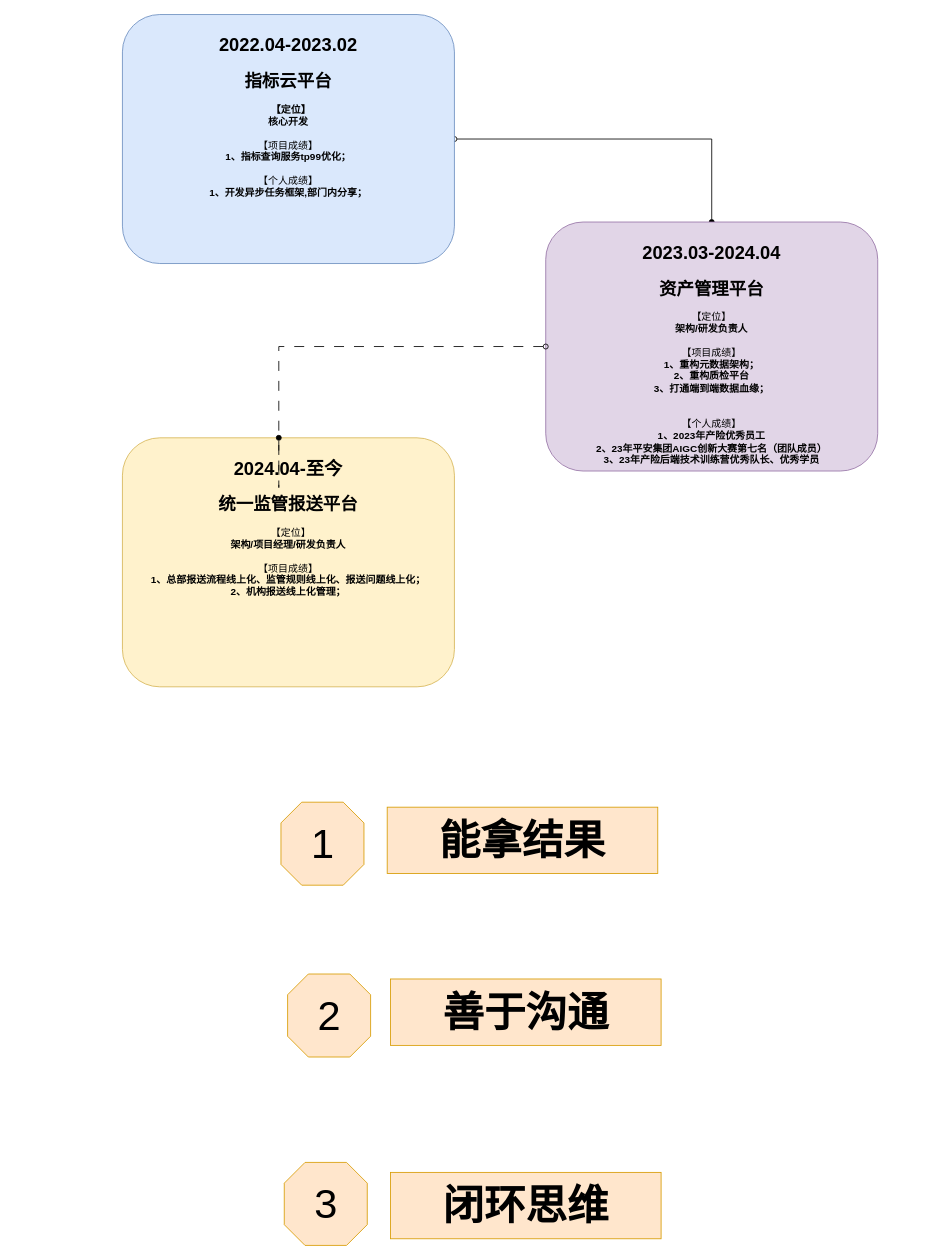
The draw.io diagram page "能力优势" (2 of 3) of 个人材料.drawio in n-i-n-g-e-n/drawio, before the edit. Source tidied: cells renumbered, new cells numbered last; positions are measured from the earlier drawing's top-left corner, leaving out a move shared by most shapes. Both pictures are drawn from the tidied source at 83%, with x=0, y=0 at pixel (122, 14).
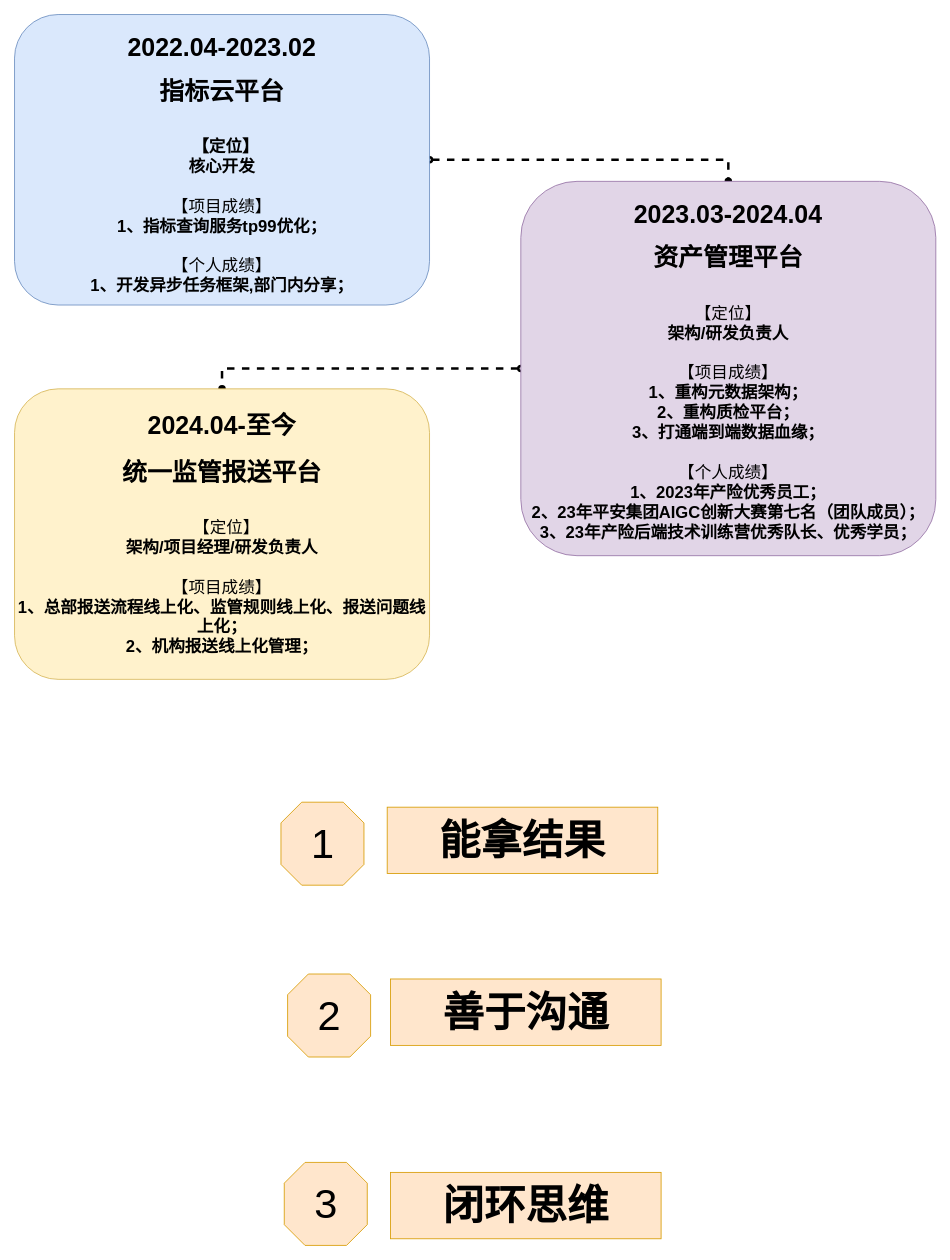
Above is the later version.

Commit message:
更新个人材料.drawio

The edit, as a diff of the source:
```diff
@@
 <mxGraphModel>
   <root>
     <mxCell id="0" />
     <mxCell id="1" parent="0" />
-    <mxCell id="2" style="edgeStyle=orthogonalEdgeStyle;rounded=0;jettySize=auto;html=1;exitX=1;exitY=0.5;exitDx=0;exitDy=0;entryX=0.5;entryY=0;entryDx=0;entryDy=0;startArrow=oval;startFill=0;endArrow=oval;endFill=1;" parent="1" edge="1" source="3" target="5">
+    <mxCell id="2" style="edgeStyle=orthogonalEdgeStyle;rounded=0;jettySize=auto;html=1;exitX=1;exitY=0.5;exitDx=0;exitDy=0;entryX=0.5;entryY=0;entryDx=0;entryDy=0;dashed=1;startArrow=oval;startFill=0;endArrow=oval;endFill=1;strokeWidth=3;" parent="1" edge="1" source="3" target="5">
       <mxGeometry relative="1" as="geometry" />
     </mxCell>
-    <mxCell id="3" value="&lt;h1&gt;&lt;font style=&quot;font-size: 22px;&quot;&gt;2022.04-2023.02&lt;/font&gt;&lt;/h1&gt;&lt;div&gt;&lt;span style=&quot;font-size: 21px;&quot;&gt;&lt;b&gt;指标云平台&lt;/b&gt;&lt;/span&gt;&lt;/div&gt;&lt;div&gt;&lt;br&gt;&lt;/div&gt;&lt;div&gt;&lt;b&gt;&amp;nbsp;&amp;nbsp;【定位】&lt;/b&gt;&lt;/div&gt;&lt;div&gt;&lt;b style=&quot;background-color: initial;&quot;&gt;核心开发&lt;/b&gt;&lt;/div&gt;&lt;div&gt;&lt;b style=&quot;background-color: initial;&quot;&gt;&lt;br&gt;&lt;/b&gt;&lt;/div&gt;&lt;div&gt;&lt;span style=&quot;background-color: initial;&quot;&gt;【项目成绩&lt;/span&gt;&lt;span style=&quot;background-color: initial;&quot;&gt;】&lt;/span&gt;&lt;br&gt;&lt;/div&gt;&lt;div&gt;&lt;b style=&quot;background-color: initial;&quot;&gt;1、指标查询服务tp99优化；&lt;/b&gt;&lt;/div&gt;&lt;div&gt;&lt;b style=&quot;background-color: initial;&quot;&gt;&lt;br&gt;&lt;/b&gt;&lt;/div&gt;&lt;div&gt;【个人成绩】&lt;/div&gt;&lt;div&gt;&lt;div&gt;&lt;b&gt;1、开发异步任务框架,部门内分享；&lt;/b&gt;&lt;/div&gt;&lt;/div&gt;&lt;div&gt;&lt;b&gt;&lt;br&gt;&lt;/b&gt;&lt;/div&gt;&lt;div&gt;&lt;b&gt;&lt;br&gt;&lt;/b&gt;&lt;/div&gt;" style="rounded=1;whiteSpace=wrap;html=1;horizontal=1;verticalAlign=top;fillColor=#dae8fc;strokeColor=#6c8ebf;" parent="1" vertex="1">
-      <mxGeometry width="400" height="300" as="geometry" />
+    <mxCell id="3" value="&lt;h1&gt;&lt;font style=&quot;font-size: 30px;&quot;&gt;2022.04-2023.02&lt;/font&gt;&lt;/h1&gt;&lt;div style=&quot;font-size: 30px;&quot;&gt;&lt;b style=&quot;&quot;&gt;&lt;font style=&quot;font-size: 30px;&quot;&gt;指标云平台&lt;/font&gt;&lt;/b&gt;&lt;/div&gt;&lt;div style=&quot;font-size: 30px;&quot;&gt;&lt;br&gt;&lt;/div&gt;&lt;div style=&quot;font-size: 20px;&quot;&gt;&lt;b style=&quot;&quot;&gt;&lt;span style=&quot;font-size: 13px;&quot;&gt;&amp;nbsp;&lt;/span&gt;&lt;font style=&quot;font-size: 20px;&quot;&gt;&amp;nbsp;【定位】&lt;/font&gt;&lt;/b&gt;&lt;/div&gt;&lt;div style=&quot;font-size: 20px;&quot;&gt;&lt;b style=&quot;background-color: initial;&quot;&gt;&lt;font style=&quot;font-size: 20px;&quot;&gt;核心开发&lt;/font&gt;&lt;/b&gt;&lt;/div&gt;&lt;div style=&quot;font-size: 20px;&quot;&gt;&lt;b style=&quot;background-color: initial;&quot;&gt;&lt;font style=&quot;font-size: 20px;&quot;&gt;&lt;br&gt;&lt;/font&gt;&lt;/b&gt;&lt;/div&gt;&lt;div style=&quot;font-size: 20px;&quot;&gt;&lt;font style=&quot;font-size: 20px;&quot;&gt;&lt;span style=&quot;background-color: initial;&quot;&gt;【项目成绩&lt;/span&gt;&lt;span style=&quot;background-color: initial;&quot;&gt;】&lt;/span&gt;&lt;br&gt;&lt;/font&gt;&lt;/div&gt;&lt;div style=&quot;font-size: 20px;&quot;&gt;&lt;b style=&quot;background-color: initial;&quot;&gt;&lt;font style=&quot;font-size: 20px;&quot;&gt;1、指标查询服务tp99优化；&lt;/font&gt;&lt;/b&gt;&lt;/div&gt;&lt;div style=&quot;font-size: 20px;&quot;&gt;&lt;b style=&quot;background-color: initial;&quot;&gt;&lt;font style=&quot;font-size: 20px;&quot;&gt;&lt;br&gt;&lt;/font&gt;&lt;/b&gt;&lt;/div&gt;&lt;div style=&quot;font-size: 20px;&quot;&gt;&lt;font style=&quot;font-size: 20px;&quot;&gt;【个人成绩】&lt;/font&gt;&lt;/div&gt;&lt;div style=&quot;font-size: 20px;&quot;&gt;&lt;div&gt;&lt;b&gt;&lt;font style=&quot;font-size: 20px;&quot;&gt;1、开发异步任务框架,部门内分享；&lt;/font&gt;&lt;/b&gt;&lt;/div&gt;&lt;/div&gt;&lt;div style=&quot;font-size: 20px;&quot;&gt;&lt;b&gt;&lt;br&gt;&lt;/b&gt;&lt;/div&gt;&lt;div&gt;&lt;b&gt;&lt;br&gt;&lt;/b&gt;&lt;/div&gt;" style="rounded=1;whiteSpace=wrap;html=1;horizontal=1;verticalAlign=top;fillColor=#dae8fc;strokeColor=#6c8ebf;" parent="1" vertex="1">
+      <mxGeometry x="-130" width="500" height="350" as="geometry" />
     </mxCell>
     <mxCell id="4" value="善于沟通" style="text;html=1;align=center;verticalAlign=middle;whiteSpace=wrap;rounded=0;fontStyle=1;fontSize=50;fillColor=#ffe6cc;strokeColor=#d79b00;" parent="1" vertex="1">
       <mxGeometry x="323" y="1162" width="326" height="80" as="geometry" />
     </mxCell>
+    <mxCell id="7" style="edgeStyle=orthogonalEdgeStyle;rounded=0;jettySize=auto;html=1;exitX=0;exitY=0.5;exitDx=0;exitDy=0;entryX=0.5;entryY=0;entryDx=0;entryDy=0;dashed=1;startArrow=oval;startFill=0;endArrow=oval;endFill=1;strokeWidth=3;" parent="1" edge="1" source="5" target="6">
+      <mxGeometry relative="1" as="geometry" />
+    </mxCell>
-    <mxCell id="5" value="&lt;h1&gt;&lt;font style=&quot;font-size: 22px;&quot;&gt;2023.03-2024.04&lt;/font&gt;&lt;/h1&gt;&lt;div&gt;&lt;span style=&quot;font-size: 21px;&quot;&gt;&lt;b&gt;资产管理平台&lt;/b&gt;&lt;/span&gt;&lt;/div&gt;&lt;div&gt;&lt;b style=&quot;background-color: initial;&quot;&gt;&lt;br&gt;&lt;/b&gt;&lt;/div&gt;&lt;div&gt;&lt;span style=&quot;background-color: initial;&quot;&gt;【定位】&lt;/span&gt;&lt;br&gt;&lt;/div&gt;&lt;div&gt;&lt;b&gt;架构/研发负责人&lt;/b&gt;&lt;/div&gt;&lt;div&gt;&lt;br&gt;&lt;/div&gt;&lt;div&gt;【项目成绩】&lt;/div&gt;&lt;div&gt;&lt;b&gt;1、重构元数据架构；&lt;/b&gt;&lt;/div&gt;&lt;div&gt;&lt;b&gt;2、重构质检平台&lt;/b&gt;&lt;/div&gt;&lt;div&gt;&lt;b&gt;3、打通端到端数据血缘；&lt;/b&gt;&lt;/div&gt;&lt;div&gt;&lt;b&gt;&lt;br&gt;&lt;/b&gt;&lt;/div&gt;&lt;div&gt;&lt;b&gt;&lt;br&gt;&lt;/b&gt;&lt;/div&gt;&lt;div&gt;【个人成绩】&lt;/div&gt;&lt;div&gt;&lt;b&gt;1、2023年产险优秀员工&lt;/b&gt;&lt;/div&gt;&lt;div&gt;&lt;b&gt;2、23年平安集团AIGC创新大赛第七名（团队成员）&lt;/b&gt;&lt;/div&gt;&lt;div&gt;&lt;b&gt;3、23年产险后端技术训练营优秀队长、优秀学员&lt;/b&gt;&lt;/div&gt;" style="rounded=1;whiteSpace=wrap;html=1;horizontal=1;verticalAlign=top;fillColor=#e1d5e7;strokeColor=#9673a6;" parent="1" vertex="1">
-      <mxGeometry x="510" y="250" width="400" height="300" as="geometry" />
+    <mxCell id="5" value="&lt;h1&gt;&lt;font style=&quot;font-size: 30px;&quot;&gt;2023.03-2024.04&lt;/font&gt;&lt;/h1&gt;&lt;div style=&quot;font-size: 30px;&quot;&gt;&lt;b style=&quot;&quot;&gt;&lt;font style=&quot;font-size: 30px;&quot;&gt;资产管理平台&lt;/font&gt;&lt;/b&gt;&lt;/div&gt;&lt;div style=&quot;font-size: 30px;&quot;&gt;&lt;b style=&quot;background-color: initial;&quot;&gt;&lt;br&gt;&lt;/b&gt;&lt;/div&gt;&lt;div style=&quot;font-size: 20px;&quot;&gt;&lt;font style=&quot;font-size: 20px;&quot;&gt;&lt;span style=&quot;background-color: initial;&quot;&gt;【定位】&lt;/span&gt;&lt;br&gt;&lt;/font&gt;&lt;/div&gt;&lt;div style=&quot;font-size: 20px;&quot;&gt;&lt;b&gt;&lt;font style=&quot;font-size: 20px;&quot;&gt;架构/研发负责人&lt;/font&gt;&lt;/b&gt;&lt;/div&gt;&lt;div style=&quot;font-size: 20px;&quot;&gt;&lt;font style=&quot;font-size: 20px;&quot;&gt;&lt;br&gt;&lt;/font&gt;&lt;/div&gt;&lt;div style=&quot;font-size: 20px;&quot;&gt;&lt;font style=&quot;font-size: 20px;&quot;&gt;【项目成绩】&lt;/font&gt;&lt;/div&gt;&lt;div style=&quot;font-size: 20px;&quot;&gt;&lt;b&gt;&lt;font style=&quot;font-size: 20px;&quot;&gt;1、重构元数据架构；&lt;/font&gt;&lt;/b&gt;&lt;/div&gt;&lt;div style=&quot;font-size: 20px;&quot;&gt;&lt;b&gt;&lt;font style=&quot;font-size: 20px;&quot;&gt;2、重构质检平台；&lt;/font&gt;&lt;/b&gt;&lt;/div&gt;&lt;div style=&quot;font-size: 20px;&quot;&gt;&lt;b&gt;&lt;font style=&quot;font-size: 20px;&quot;&gt;3、打通端到端数据血缘；&lt;/font&gt;&lt;/b&gt;&lt;/div&gt;&lt;div style=&quot;font-size: 20px;&quot;&gt;&lt;b&gt;&lt;font style=&quot;font-size: 20px;&quot;&gt;&lt;br&gt;&lt;/font&gt;&lt;/b&gt;&lt;/div&gt;&lt;div style=&quot;font-size: 20px;&quot;&gt;&lt;span style=&quot;background-color: initial;&quot;&gt;【个人成绩】&lt;/span&gt;&lt;br&gt;&lt;/div&gt;&lt;div style=&quot;font-size: 20px;&quot;&gt;&lt;b&gt;&lt;font style=&quot;font-size: 20px;&quot;&gt;1、2023年产险优秀员工；&lt;/font&gt;&lt;/b&gt;&lt;/div&gt;&lt;div style=&quot;font-size: 20px;&quot;&gt;&lt;b&gt;&lt;font style=&quot;font-size: 20px;&quot;&gt;2、23年平安集团AIGC创新大赛第七名（团队成员）；&lt;/font&gt;&lt;/b&gt;&lt;/div&gt;&lt;div style=&quot;font-size: 20px;&quot;&gt;&lt;b&gt;&lt;font style=&quot;font-size: 20px;&quot;&gt;3、23年产险后端技术训练营优秀队长、优秀学员；&lt;/font&gt;&lt;/b&gt;&lt;/div&gt;" style="rounded=1;whiteSpace=wrap;html=1;horizontal=1;verticalAlign=top;fillColor=#e1d5e7;strokeColor=#9673a6;" parent="1" vertex="1">
+      <mxGeometry x="480" y="201" width="500" height="451" as="geometry" />
     </mxCell>
-    <mxCell id="6" value="&lt;h1&gt;&lt;font style=&quot;font-size: 22px;&quot;&gt;2024.04-至今&lt;/font&gt;&lt;/h1&gt;&lt;div&gt;&lt;span style=&quot;font-size: 21px;&quot;&gt;&lt;b&gt;统一监管报送平台&lt;/b&gt;&lt;/span&gt;&lt;/div&gt;&lt;div&gt;&lt;br&gt;&lt;/div&gt;&lt;div&gt;&amp;nbsp;&amp;nbsp;【定位】&lt;/div&gt;&lt;div&gt;&lt;b&gt;架构/项目经理/研发负责人&lt;/b&gt;&lt;/div&gt;&lt;div&gt;&lt;br&gt;&lt;/div&gt;&lt;div&gt;【项目成绩】&lt;/div&gt;&lt;div&gt;&lt;b&gt;1、总部报送流程线上化、监管规则线上化、报送问题线上化；&lt;/b&gt;&lt;/div&gt;&lt;div&gt;&lt;b&gt;2、机构报送线上化管理；&lt;/b&gt;&lt;/div&gt;&lt;div&gt;&lt;br&gt;&lt;/div&gt;" style="rounded=1;whiteSpace=wrap;html=1;horizontal=1;verticalAlign=top;fillColor=#fff2cc;strokeColor=#d6b656;" parent="1" vertex="1">
-      <mxGeometry y="510" width="400" height="300" as="geometry" />
+    <mxCell id="6" value="&lt;h1 style=&quot;font-size: 30px;&quot;&gt;&lt;font style=&quot;font-size: 30px;&quot;&gt;2024.04-至今&lt;/font&gt;&lt;/h1&gt;&lt;div style=&quot;font-size: 30px;&quot;&gt;&lt;b style=&quot;&quot;&gt;&lt;font style=&quot;font-size: 30px;&quot;&gt;统一监管报送平台&lt;/font&gt;&lt;/b&gt;&lt;/div&gt;&lt;div style=&quot;font-size: 30px;&quot;&gt;&lt;br&gt;&lt;/div&gt;&lt;div style=&quot;font-size: 20px;&quot;&gt;&amp;nbsp;&amp;nbsp;&lt;font style=&quot;font-size: 20px;&quot;&gt;【定位】&lt;/font&gt;&lt;/div&gt;&lt;div style=&quot;font-size: 20px;&quot;&gt;&lt;b&gt;&lt;font style=&quot;font-size: 20px;&quot;&gt;架构/项目经理/研发负责人&lt;/font&gt;&lt;/b&gt;&lt;/div&gt;&lt;div style=&quot;font-size: 20px;&quot;&gt;&lt;font style=&quot;font-size: 20px;&quot;&gt;&lt;br&gt;&lt;/font&gt;&lt;/div&gt;&lt;div style=&quot;font-size: 20px;&quot;&gt;&lt;font style=&quot;font-size: 20px;&quot;&gt;【项目成绩】&lt;/font&gt;&lt;/div&gt;&lt;div style=&quot;font-size: 20px;&quot;&gt;&lt;b&gt;&lt;font style=&quot;font-size: 20px;&quot;&gt;1、总部报送流程线上化、监管规则线上化、报送问题线上化；&lt;/font&gt;&lt;/b&gt;&lt;/div&gt;&lt;div style=&quot;font-size: 20px;&quot;&gt;&lt;b&gt;&lt;font style=&quot;font-size: 20px;&quot;&gt;2、机构报送线上化管理；&lt;/font&gt;&lt;/b&gt;&lt;/div&gt;&lt;div&gt;&lt;br&gt;&lt;/div&gt;" style="rounded=1;whiteSpace=wrap;html=1;horizontal=1;verticalAlign=top;fillColor=#fff2cc;strokeColor=#d6b656;" parent="1" vertex="1">
+      <mxGeometry x="-130" y="451" width="500" height="350" as="geometry" />
     </mxCell>
-    <mxCell id="7" style="edgeStyle=orthogonalEdgeStyle;rounded=0;jettySize=auto;html=1;exitX=0;exitY=0.5;exitDx=0;exitDy=0;entryX=0.471;entryY=0;entryDx=0;entryDy=0;entryPerimeter=0;startArrow=oval;startFill=0;endArrow=oval;endFill=1;dashed=1;dashPattern=12 12;" parent="1" edge="1" source="5" target="6">
-      <mxGeometry relative="1" as="geometry" />
-    </mxCell>
     <mxCell id="8" value="能拿结果" style="text;html=1;align=center;verticalAlign=middle;whiteSpace=wrap;rounded=0;fontStyle=1;fontSize=50;fillColor=#ffe6cc;strokeColor=#d79b00;" parent="1" vertex="1">
       <mxGeometry x="319" y="955" width="326" height="80" as="geometry" />
     </mxCell>
     <mxCell id="9" value="闭环思维" style="text;html=1;align=center;verticalAlign=middle;whiteSpace=wrap;rounded=0;fontStyle=1;fontSize=50;fillColor=#ffe6cc;strokeColor=#d79b00;" parent="1" vertex="1">
       <mxGeometry x="323" y="1395" width="326" height="80" as="geometry" />
     </mxCell>
     <mxCell id="10" value="1" style="verticalLabelPosition=middle;verticalAlign=middle;html=1;shape=mxgraph.basic.polygon;polyCoords=[[0.25,0],[0.75,0],[1,0.25],[1,0.75],[0.75,1],[0.25,1],[0,0.75],[0,0.25]];polyline=0;labelPosition=center;align=center;fontSize=50;fillColor=#ffe6cc;strokeColor=#d79b00;" parent="1" vertex="1">
       <mxGeometry x="191" y="949" width="100" height="100" as="geometry" />
     </mxCell>
     <mxCell id="11" value="2" style="verticalLabelPosition=middle;verticalAlign=middle;html=1;shape=mxgraph.basic.polygon;polyCoords=[[0.25,0],[0.75,0],[1,0.25],[1,0.75],[0.75,1],[0.25,1],[0,0.75],[0,0.25]];polyline=0;labelPosition=center;align=center;fontSize=50;fillColor=#ffe6cc;strokeColor=#d79b00;" parent="1" vertex="1">
       <mxGeometry x="199" y="1156" width="100" height="100" as="geometry" />
     </mxCell>
     <mxCell id="12" value="3" style="verticalLabelPosition=middle;verticalAlign=middle;html=1;shape=mxgraph.basic.polygon;polyCoords=[[0.25,0],[0.75,0],[1,0.25],[1,0.75],[0.75,1],[0.25,1],[0,0.75],[0,0.25]];polyline=0;labelPosition=center;align=center;fontSize=50;fillColor=#ffe6cc;strokeColor=#d79b00;" parent="1" vertex="1">
       <mxGeometry x="195" y="1383" width="100" height="100" as="geometry" />
     </mxCell>
   </root>
 </mxGraphModel>
```
